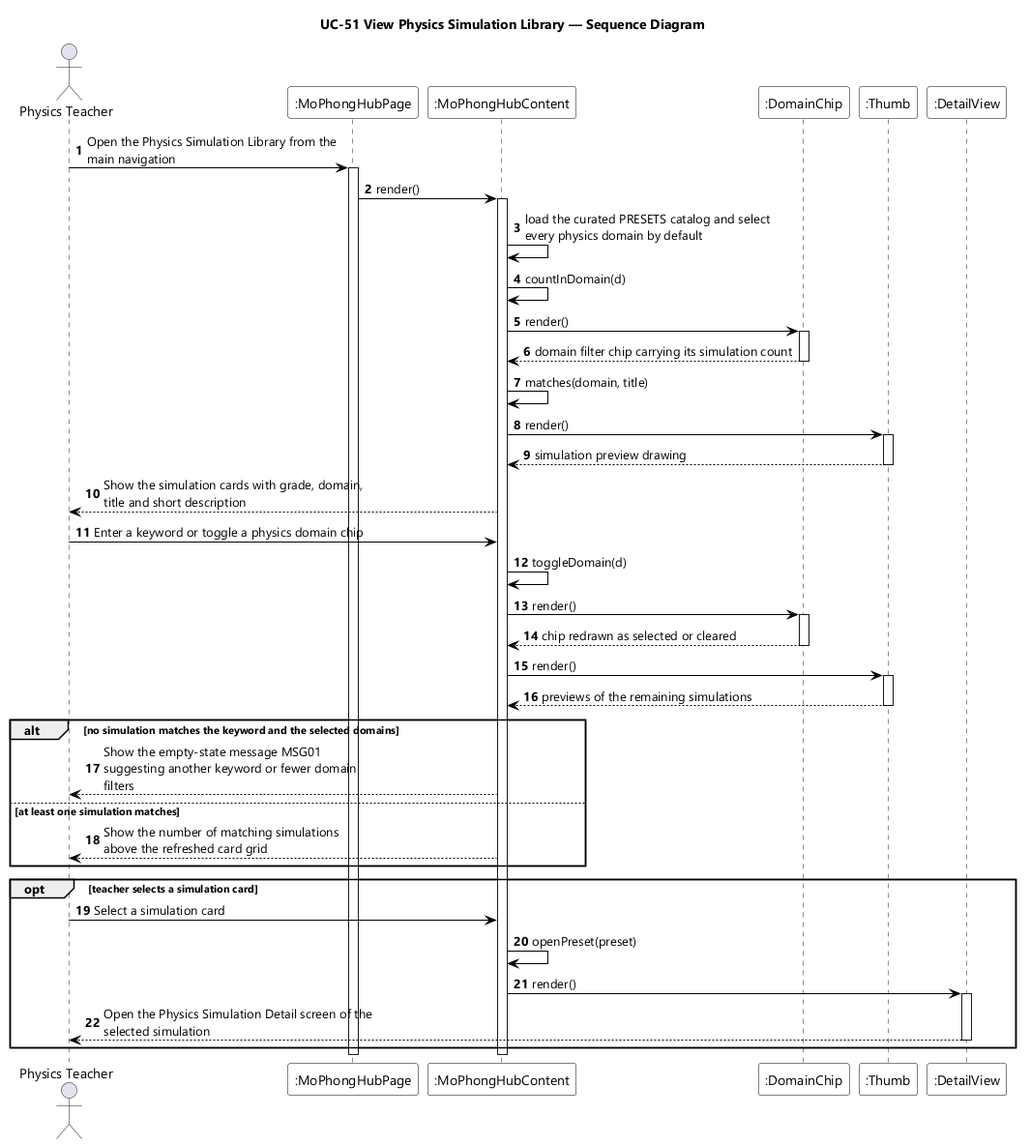
The PlantUML diagram designs/sds-diagrams/uc51/uc51-sequence-diagram.png in EduA-system/EduA-system, before a commit. Source of this version:
```plantuml
@startuml UC-51 View Physics Simulation Library - Sequence Diagram
skinparamlocked dpi 96
skinparam defaultFontName "Segoe UI"
skinparam shadowing false
skinparam ParticipantBackgroundColor #FFFFFF
skinparam ParticipantBorderColor #000000
skinparam ArrowColor #000000
skinparam sequenceMessageAlign left
skinparam maxMessageSize 280
title UC-51 View Physics Simulation Library — Sequence Diagram

actor "Physics Teacher" as Teacher
participant ":MoPhongHubPage" as PAGE
participant ":MoPhongHubContent" as HUB
participant ":DomainChip" as CHIP
participant ":Thumb" as THUMB
participant ":DetailView" as DETAIL

autonumber
Teacher -> PAGE : Open the Physics Simulation Library from the main navigation
activate PAGE
PAGE -> HUB : render()
activate HUB
HUB -> HUB : load the curated PRESETS catalog and select every physics domain by default
HUB -> HUB : countInDomain(d)
HUB -> CHIP : render()
activate CHIP
CHIP --> HUB : domain filter chip carrying its simulation count
deactivate CHIP
HUB -> HUB : matches(domain, title)
HUB -> THUMB : render()
activate THUMB
THUMB --> HUB : simulation preview drawing
deactivate THUMB
HUB --> Teacher : Show the simulation cards with grade, domain, title and short description

Teacher -> HUB : Enter a keyword or toggle a physics domain chip
HUB -> HUB : toggleDomain(d)
HUB -> CHIP : render()
activate CHIP
CHIP --> HUB : chip redrawn as selected or cleared
deactivate CHIP
HUB -> THUMB : render()
activate THUMB
THUMB --> HUB : previews of the remaining simulations
deactivate THUMB

alt no simulation matches the keyword and the selected domains
  HUB --> Teacher : Show the empty-state message MSG01 suggesting another keyword or fewer domain filters
else at least one simulation matches
  HUB --> Teacher : Show the number of matching simulations above the refreshed card grid
end

opt teacher selects a simulation card
  Teacher -> HUB : Select a simulation card
  HUB -> HUB : openPreset(preset)
  HUB -> DETAIL : render()
  activate DETAIL
  DETAIL --> Teacher : Open the Physics Simulation Detail screen of the selected simulation
  deactivate DETAIL
end
deactivate HUB
deactivate PAGE
@enduml
```
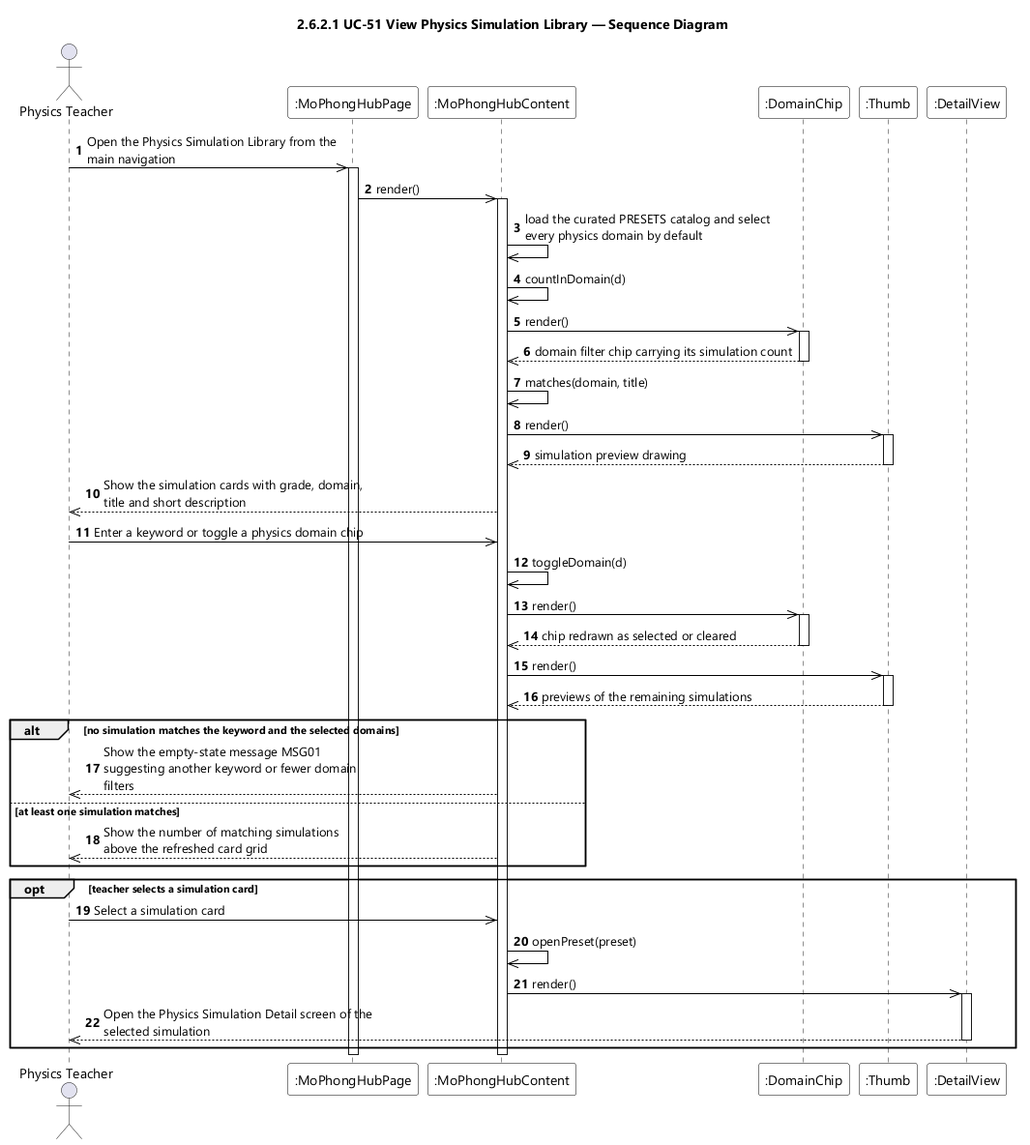
After the commit.

The edit, as a diff of the source:
```diff
@@ -7,7 +7,7 @@
 skinparam ArrowColor #000000
 skinparam sequenceMessageAlign left
 skinparam maxMessageSize 280
-title UC-51 View Physics Simulation Library — Sequence Diagram
+title 2.6.2.1 UC-51 View Physics Simulation Library — Sequence Diagram
 
 actor "Physics Teacher" as Teacher
 participant ":MoPhongHubPage" as PAGE
@@ -17,46 +17,46 @@
 participant ":DetailView" as DETAIL
 
 autonumber
-Teacher -> PAGE : Open the Physics Simulation Library from the main navigation
+Teacher ->> PAGE : Open the Physics Simulation Library from the main navigation
 activate PAGE
-PAGE -> HUB : render()
+PAGE ->> HUB : render()
 activate HUB
-HUB -> HUB : load the curated PRESETS catalog and select every physics domain by default
-HUB -> HUB : countInDomain(d)
-HUB -> CHIP : render()
+HUB ->> HUB : load the curated PRESETS catalog and select every physics domain by default
+HUB ->> HUB : countInDomain(d)
+HUB ->> CHIP : render()
 activate CHIP
-CHIP --> HUB : domain filter chip carrying its simulation count
+CHIP -->> HUB : domain filter chip carrying its simulation count
 deactivate CHIP
-HUB -> HUB : matches(domain, title)
-HUB -> THUMB : render()
+HUB ->> HUB : matches(domain, title)
+HUB ->> THUMB : render()
 activate THUMB
-THUMB --> HUB : simulation preview drawing
+THUMB -->> HUB : simulation preview drawing
 deactivate THUMB
-HUB --> Teacher : Show the simulation cards with grade, domain, title and short description
+HUB -->> Teacher : Show the simulation cards with grade, domain, title and short description
 
-Teacher -> HUB : Enter a keyword or toggle a physics domain chip
-HUB -> HUB : toggleDomain(d)
-HUB -> CHIP : render()
+Teacher ->> HUB : Enter a keyword or toggle a physics domain chip
+HUB ->> HUB : toggleDomain(d)
+HUB ->> CHIP : render()
 activate CHIP
-CHIP --> HUB : chip redrawn as selected or cleared
+CHIP -->> HUB : chip redrawn as selected or cleared
 deactivate CHIP
-HUB -> THUMB : render()
+HUB ->> THUMB : render()
 activate THUMB
-THUMB --> HUB : previews of the remaining simulations
+THUMB -->> HUB : previews of the remaining simulations
 deactivate THUMB
 
 alt no simulation matches the keyword and the selected domains
-  HUB --> Teacher : Show the empty-state message MSG01 suggesting another keyword or fewer domain filters
+  HUB -->> Teacher : Show the empty-state message MSG01 suggesting another keyword or fewer domain filters
 else at least one simulation matches
-  HUB --> Teacher : Show the number of matching simulations above the refreshed card grid
+  HUB -->> Teacher : Show the number of matching simulations above the refreshed card grid
 end
 
 opt teacher selects a simulation card
-  Teacher -> HUB : Select a simulation card
-  HUB -> HUB : openPreset(preset)
-  HUB -> DETAIL : render()
+  Teacher ->> HUB : Select a simulation card
+  HUB ->> HUB : openPreset(preset)
+  HUB ->> DETAIL : render()
   activate DETAIL
-  DETAIL --> Teacher : Open the Physics Simulation Detail screen of the selected simulation
+  DETAIL -->> Teacher : Open the Physics Simulation Detail screen of the selected simulation
   deactivate DETAIL
 end
 deactivate HUB
```
